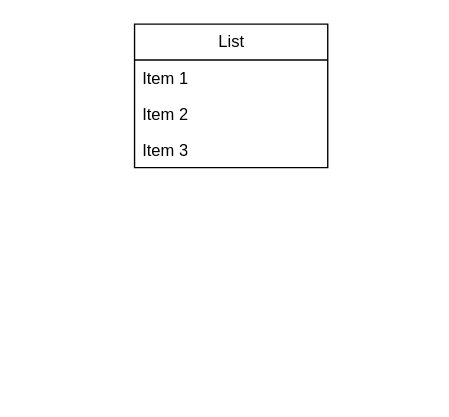
This is genericDiagramClass.drawio from caouni/jquransunnah, a draw.io file, before an edit. Source tidied: cells renumbered, new cells numbered last; positions are measured from the earlier drawing's top-left corner, leaving out a move shared by most shapes. Both pictures are drawn from the tidied source at 138%, with x=0, y=0 at pixel (134, 23).
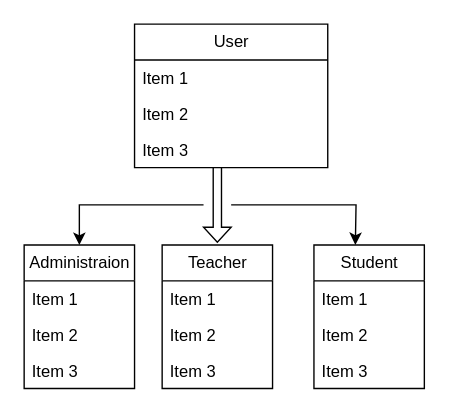
The same page after the edit.

The edit, as a diff of the source:
```diff
@@
-    <mxCell id="2" value="List" style="swimlane;fontStyle=0;horizontal=1;startSize=26;fillColor=none;html=1;" parent="1" vertex="1">
+    <mxCell id="2" value="User" style="swimlane;fontStyle=0;horizontal=1;startSize=26;fillColor=none;html=1;" parent="1" vertex="1">
       <mxGeometry width="140" height="104" as="geometry" />
     </mxCell>
@@
+    <mxCell id="6" value="Administraion" style="swimlane;fontStyle=0;horizontal=1;startSize=26;fillColor=none;html=1;" parent="1" vertex="1">
+      <mxGeometry x="-80" y="160" width="80" height="104" as="geometry" />
+    </mxCell>
+    <mxCell id="7" value="Item 1" style="text;strokeColor=none;fillColor=none;align=left;verticalAlign=top;spacingLeft=4;spacingRight=4;overflow=hidden;whiteSpace=wrap;html=1;" parent="6" vertex="1">
+      <mxGeometry y="26" width="80" height="26" as="geometry" />
+    </mxCell>
+    <mxCell id="8" value="Item 2" style="text;strokeColor=none;fillColor=none;align=left;verticalAlign=top;spacingLeft=4;spacingRight=4;overflow=hidden;whiteSpace=wrap;html=1;" parent="6" vertex="1">
+      <mxGeometry y="52" width="80" height="26" as="geometry" />
+    </mxCell>
+    <mxCell id="9" value="Item 3" style="text;strokeColor=none;fillColor=none;align=left;verticalAlign=top;spacingLeft=4;spacingRight=4;overflow=hidden;whiteSpace=wrap;html=1;" parent="6" vertex="1">
+      <mxGeometry y="78" width="80" height="26" as="geometry" />
+    </mxCell>
+    <mxCell id="10" value="Teacher" style="swimlane;fontStyle=0;horizontal=1;startSize=26;fillColor=none;html=1;" parent="1" vertex="1">
+      <mxGeometry x="20" y="160" width="80" height="104" as="geometry" />
+    </mxCell>
+    <mxCell id="11" value="Item 1" style="text;strokeColor=none;fillColor=none;align=left;verticalAlign=top;spacingLeft=4;spacingRight=4;overflow=hidden;whiteSpace=wrap;html=1;" parent="10" vertex="1">
+      <mxGeometry y="26" width="80" height="26" as="geometry" />
+    </mxCell>
+    <mxCell id="12" value="Item 2" style="text;strokeColor=none;fillColor=none;align=left;verticalAlign=top;spacingLeft=4;spacingRight=4;overflow=hidden;whiteSpace=wrap;html=1;" parent="10" vertex="1">
+      <mxGeometry y="52" width="80" height="26" as="geometry" />
+    </mxCell>
+    <mxCell id="13" value="Item 3" style="text;strokeColor=none;fillColor=none;align=left;verticalAlign=top;spacingLeft=4;spacingRight=4;overflow=hidden;whiteSpace=wrap;html=1;" parent="10" vertex="1">
+      <mxGeometry y="78" width="80" height="26" as="geometry" />
+    </mxCell>
+    <mxCell id="14" value="Student" style="swimlane;fontStyle=0;horizontal=1;startSize=26;fillColor=none;html=1;" parent="1" vertex="1">
+      <mxGeometry x="130" y="160" width="80" height="104" as="geometry" />
+    </mxCell>
+    <mxCell id="15" value="Item 1" style="text;strokeColor=none;fillColor=none;align=left;verticalAlign=top;spacingLeft=4;spacingRight=4;overflow=hidden;whiteSpace=wrap;html=1;" parent="14" vertex="1">
+      <mxGeometry y="26" width="80" height="26" as="geometry" />
+    </mxCell>
+    <mxCell id="16" value="Item 2" style="text;strokeColor=none;fillColor=none;align=left;verticalAlign=top;spacingLeft=4;spacingRight=4;overflow=hidden;whiteSpace=wrap;html=1;" parent="14" vertex="1">
+      <mxGeometry y="52" width="80" height="26" as="geometry" />
+    </mxCell>
+    <mxCell id="17" value="Item 3" style="text;strokeColor=none;fillColor=none;align=left;verticalAlign=top;spacingLeft=4;spacingRight=4;overflow=hidden;whiteSpace=wrap;html=1;" parent="14" vertex="1">
+      <mxGeometry y="78" width="80" height="26" as="geometry" />
+    </mxCell>
+    <mxCell id="18" style="edgeStyle=orthogonalEdgeStyle;rounded=0;jettySize=auto;html=1;" parent="1" edge="1" source="20">
+      <mxGeometry relative="1" as="geometry">
+        <mxPoint x="160" y="160" as="targetPoint" />
+      </mxGeometry>
+    </mxCell>
+    <mxCell id="19" style="edgeStyle=orthogonalEdgeStyle;rounded=0;jettySize=auto;html=1;entryX=0.5;entryY=0;entryDx=0;entryDy=0;" parent="1" edge="1" source="20" target="6">
+      <mxGeometry relative="1" as="geometry" />
+    </mxCell>
+    <mxCell id="20" style="shape=singleArrow;direction=north;whiteSpace=wrap;html=1;rotation=-180;" parent="1" vertex="1">
+      <mxGeometry x="50" y="104" width="20" height="54" as="geometry" />
+    </mxCell>
```
